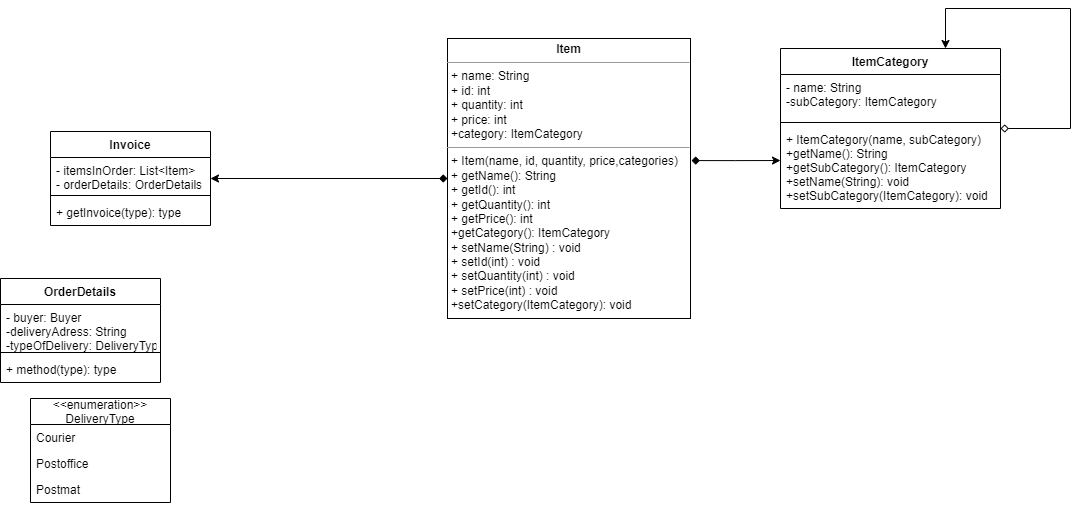
This is WarehouseUML.drawio.png from vl4dikk/uml-warehouse, a draw.io export, as it was before one commit. Source tidied: cells renumbered, new cells last; positions are measured from the earlier drawing's top-left corner, leaving out a move shared by most shapes.
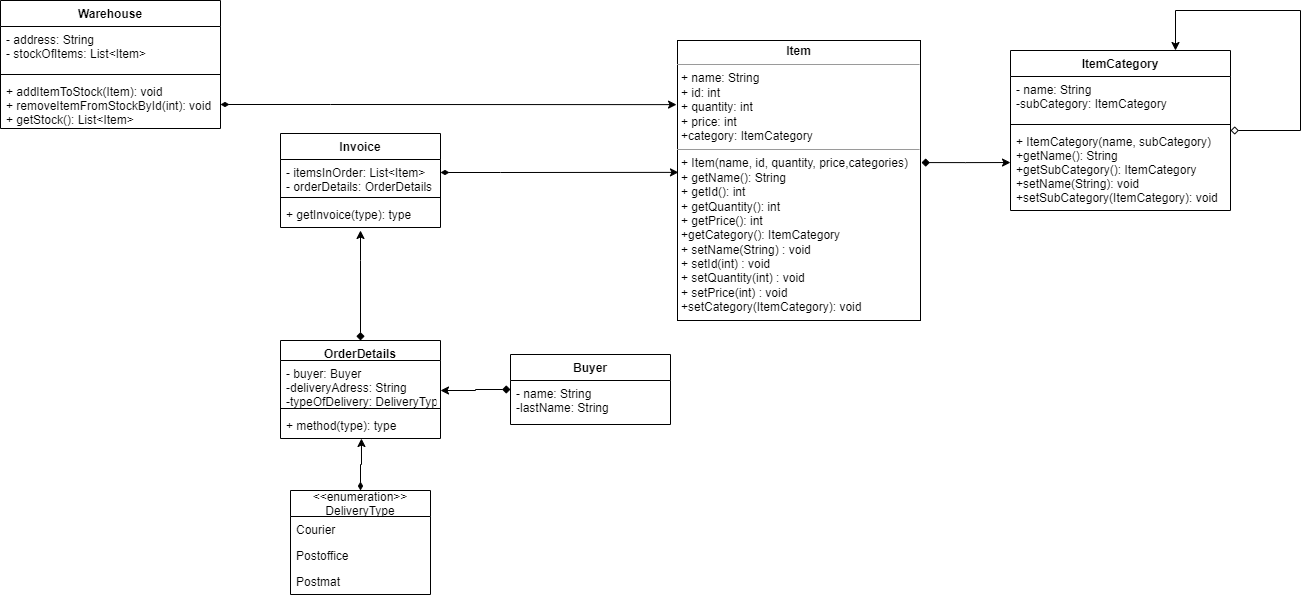
The same file after the commit.

Commit message:
added warehouse class

What changed in the source:
```diff
@@ -5,11 +5,6 @@
     <mxCell id="2" style="edgeStyle=orthogonalEdgeStyle;rounded=0;jettySize=auto;html=1;startArrow=diamond;startFill=1;exitX=1.004;exitY=0.436;exitDx=0;exitDy=0;exitPerimeter=0;entryX=0;entryY=0.415;entryDx=0;entryDy=0;entryPerimeter=0;" parent="1" edge="1" source="4" target="9">
       <mxGeometry relative="1" as="geometry" />
     </mxCell>
-    <mxCell id="3" style="edgeStyle=orthogonalEdgeStyle;rounded=0;jettySize=auto;html=1;startArrow=diamond;startFill=1;" parent="1" edge="1" source="4">
-      <mxGeometry relative="1" as="geometry">
-        <mxPoint x="210" y="170" as="targetPoint" />
-      </mxGeometry>
-    </mxCell>
     <mxCell id="4" value="&lt;p style=&quot;margin:0px;margin-top:4px;text-align:center;&quot;&gt;&lt;b&gt;Item&lt;/b&gt;&lt;/p&gt;&lt;hr size=&quot;1&quot;&gt;&lt;p style=&quot;margin:0px;margin-left:4px;&quot;&gt;+ name: String&lt;/p&gt;&lt;p style=&quot;margin:0px;margin-left:4px;&quot;&gt;+ id: int&lt;/p&gt;&lt;p style=&quot;margin:0px;margin-left:4px;&quot;&gt;+ quantity: int&lt;/p&gt;&lt;p style=&quot;margin:0px;margin-left:4px;&quot;&gt;+ price: int&lt;/p&gt;&lt;p style=&quot;margin:0px;margin-left:4px;&quot;&gt;+category: ItemCategory&lt;/p&gt;&lt;hr size=&quot;1&quot;&gt;&lt;p style=&quot;margin:0px;margin-left:4px;&quot;&gt;+ Item(name, id, quantity, price,categories)&lt;/p&gt;&lt;p style=&quot;margin:0px;margin-left:4px;&quot;&gt;+ getName(): String&lt;/p&gt;&lt;p style=&quot;margin:0px;margin-left:4px;&quot;&gt;+ getId(): int&lt;/p&gt;&lt;p style=&quot;margin:0px;margin-left:4px;&quot;&gt;+ getQuantity(): int&lt;/p&gt;&lt;p style=&quot;margin:0px;margin-left:4px;&quot;&gt;+ getPrice(): int&lt;/p&gt;&lt;p style=&quot;margin:0px;margin-left:4px;&quot;&gt;+getCategory(): ItemCategory&lt;/p&gt;&lt;p style=&quot;margin:0px;margin-left:4px;&quot;&gt;+ setName(String) : void&lt;/p&gt;&lt;p style=&quot;margin:0px;margin-left:4px;&quot;&gt;+ setId(int) : void&lt;/p&gt;&lt;p style=&quot;margin:0px;margin-left:4px;&quot;&gt;+ setQuantity(int) : void&lt;/p&gt;&lt;p style=&quot;margin:0px;margin-left:4px;&quot;&gt;+ setPrice(int) : void&lt;/p&gt;&lt;p style=&quot;margin:0px;margin-left:4px;&quot;&gt;+setCategory(ItemCategory): void&lt;/p&gt;" style="verticalAlign=top;align=left;overflow=fill;fontSize=12;fontFamily=Helvetica;html=1;" parent="1" vertex="1">
       <mxGeometry x="447" y="30" width="243" height="280" as="geometry" />
     </mxCell>
@@ -46,20 +41,31 @@
     <mxCell id="13" value="+ getInvoice(type): type" style="text;strokeColor=none;fillColor=none;align=left;verticalAlign=top;spacingLeft=4;spacingRight=4;overflow=hidden;points=[[0,0.5],[1,0.5]];portConstraint=eastwest;" parent="10" vertex="1">
       <mxGeometry y="68" width="160" height="26" as="geometry" />
     </mxCell>
+    <mxCell id="22" style="edgeStyle=orthogonalEdgeStyle;rounded=0;jettySize=auto;html=1;entryX=0.5;entryY=1.115;entryDx=0;entryDy=0;entryPerimeter=0;startArrow=diamond;startFill=1;" parent="1" edge="1" source="14" target="13">
+      <mxGeometry relative="1" as="geometry">
+        <Array as="points">
+          <mxPoint x="130" y="250" />
+          <mxPoint x="130" y="250" />
+        </Array>
+      </mxGeometry>
+    </mxCell>
-    <mxCell id="14" value="OrderDetails" style="swimlane;fontStyle=1;align=center;verticalAlign=top;horizontal=1;startSize=26;" parent="1" vertex="1">
-      <mxGeometry y="270" width="160" height="104" as="geometry" />
+    <mxCell id="14" value="OrderDetails" style="swimlane;fontStyle=1;align=center;verticalAlign=top;horizontal=1;startSize=20;" parent="1" vertex="1">
+      <mxGeometry x="50" y="330" width="160" height="98" as="geometry" />
     </mxCell>
     <mxCell id="15" value="- buyer: Buyer&#10;-deliveryAdress: String&#10;-typeOfDelivery: DeliveryType" style="text;strokeColor=none;fillColor=none;align=left;verticalAlign=top;spacingLeft=4;spacingRight=4;overflow=hidden;" parent="14" vertex="1">
-      <mxGeometry y="26" width="160" height="44" as="geometry" />
+      <mxGeometry y="20" width="160" height="44" as="geometry" />
     </mxCell>
     <mxCell id="16" style="line;strokeWidth=1;fillColor=none;align=left;verticalAlign=middle;spacingTop=-1;spacingLeft=3;spacingRight=3;labelPosition=right;strokeColor=inherit;" parent="14" vertex="1">
-      <mxGeometry y="70" width="160" height="8" as="geometry" />
+      <mxGeometry y="64" width="160" height="8" as="geometry" />
     </mxCell>
     <mxCell id="17" value="+ method(type): type" style="text;strokeColor=none;fillColor=none;align=left;verticalAlign=top;spacingLeft=4;spacingRight=4;overflow=hidden;points=[[0,0.5],[1,0.5]];portConstraint=eastwest;" parent="14" vertex="1">
-      <mxGeometry y="78" width="160" height="26" as="geometry" />
+      <mxGeometry y="72" width="160" height="26" as="geometry" />
     </mxCell>
+    <mxCell id="23" style="edgeStyle=orthogonalEdgeStyle;rounded=0;jettySize=auto;html=1;entryX=0.506;entryY=1;entryDx=0;entryDy=0;entryPerimeter=0;startArrow=diamondThin;startFill=1;" parent="1" edge="1" source="18" target="17">
+      <mxGeometry relative="1" as="geometry" />
+    </mxCell>
     <mxCell id="18" value="&lt;&lt;enumeration&gt;&gt;&#10;DeliveryType" style="swimlane;fontStyle=0;horizontal=1;startSize=26;fillColor=none;" parent="1" vertex="1">
-      <mxGeometry x="30" y="390" width="140" height="104" as="geometry" />
+      <mxGeometry x="60" y="480" width="140" height="104" as="geometry" />
     </mxCell>
     <mxCell id="19" value="Courier" style="text;strokeColor=none;fillColor=none;align=left;verticalAlign=top;spacingLeft=4;spacingRight=4;overflow=hidden;" parent="18" vertex="1">
       <mxGeometry y="26" width="140" height="26" as="geometry" />
@@ -70,5 +76,44 @@
     <mxCell id="21" value="Postmat" style="text;strokeColor=none;fillColor=none;align=left;verticalAlign=top;spacingLeft=4;spacingRight=4;overflow=hidden;" parent="18" vertex="1">
       <mxGeometry y="78" width="140" height="26" as="geometry" />
     </mxCell>
+    <mxCell id="24" style="edgeStyle=orthogonalEdgeStyle;rounded=0;jettySize=auto;html=1;startArrow=diamond;startFill=1;" parent="1" edge="1" source="25">
+      <mxGeometry relative="1" as="geometry">
+        <mxPoint x="210" y="380" as="targetPoint" />
+      </mxGeometry>
+    </mxCell>
+    <mxCell id="25" value="Buyer" style="swimlane;fontStyle=1;align=center;verticalAlign=top;horizontal=1;startSize=26;" parent="1" vertex="1">
+      <mxGeometry x="280" y="344" width="160" height="70" as="geometry" />
+    </mxCell>
+    <mxCell id="26" value="- name: String&#10;-lastName: String" style="text;strokeColor=none;fillColor=none;align=left;verticalAlign=top;spacingLeft=4;spacingRight=4;overflow=hidden;" parent="25" vertex="1">
+      <mxGeometry y="26" width="160" height="44" as="geometry" />
+    </mxCell>
+    <mxCell id="27" value="Warehouse" style="swimlane;fontStyle=1;align=center;verticalAlign=top;horizontal=1;startSize=26;" parent="1" vertex="1">
+      <mxGeometry x="-230" y="-10" width="220" height="128" as="geometry" />
+    </mxCell>
+    <mxCell id="28" value="- address: String&#10;- stockOfItems: List&lt;Item&gt;" style="text;strokeColor=none;fillColor=none;align=left;verticalAlign=top;spacingLeft=4;spacingRight=4;overflow=hidden;" parent="27" vertex="1">
+      <mxGeometry y="26" width="220" height="44" as="geometry" />
+    </mxCell>
+    <mxCell id="29" style="line;strokeWidth=1;fillColor=none;align=left;verticalAlign=middle;spacingTop=-1;spacingLeft=3;spacingRight=3;labelPosition=right;strokeColor=inherit;" parent="27" vertex="1">
+      <mxGeometry y="70" width="220" height="8" as="geometry" />
+    </mxCell>
+    <mxCell id="30" value="+ addItemToStock(Item): void&#10;+ removeItemFromStockById(int): void&#10;+ getStock(): List&lt;Item&gt;" style="text;strokeColor=none;fillColor=none;align=left;verticalAlign=top;spacingLeft=4;spacingRight=4;overflow=hidden;points=[[0,0.5],[1,0.5]];portConstraint=eastwest;" parent="27" vertex="1">
+      <mxGeometry y="78" width="220" height="50" as="geometry" />
+    </mxCell>
+    <mxCell id="31" style="edgeStyle=orthogonalEdgeStyle;rounded=0;jettySize=auto;html=1;entryX=-0.004;entryY=0.229;entryDx=0;entryDy=0;entryPerimeter=0;startArrow=diamondThin;startFill=1;" parent="1" edge="1" source="30" target="4">
+      <mxGeometry relative="1" as="geometry">
+        <Array as="points">
+          <mxPoint x="100" y="94" />
+          <mxPoint x="100" y="94" />
+        </Array>
+      </mxGeometry>
+    </mxCell>
+    <mxCell id="32" style="edgeStyle=orthogonalEdgeStyle;rounded=0;jettySize=auto;html=1;entryX=0.004;entryY=0.471;entryDx=0;entryDy=0;entryPerimeter=0;startArrow=diamondThin;startFill=1;" parent="1" edge="1" source="11" target="4">
+      <mxGeometry relative="1" as="geometry">
+        <Array as="points">
+          <mxPoint x="270" y="162" />
+          <mxPoint x="270" y="162" />
+        </Array>
+      </mxGeometry>
+    </mxCell>
   </root>
 </mxGraphModel>
```
